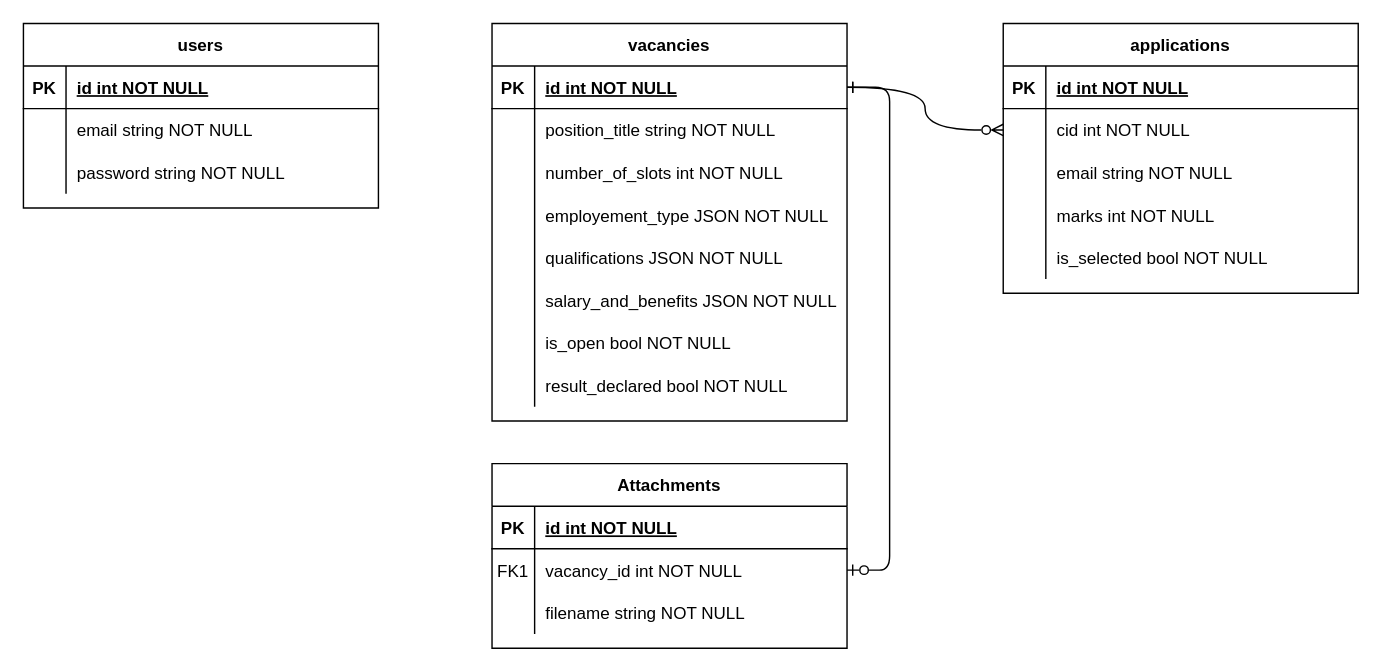
mrraindrop555/aaa keeps this draw.io diagram as bdbl-e-recruitment.drawio. Above is the earlier version. Source tidied: cells renumbered, new cells numbered last; positions are measured from the earlier drawing's top-left corner, leaving out a move shared by most shapes. Both pictures are drawn from the tidied source at 142%, with x=0, y=0 at pixel (23, 23).
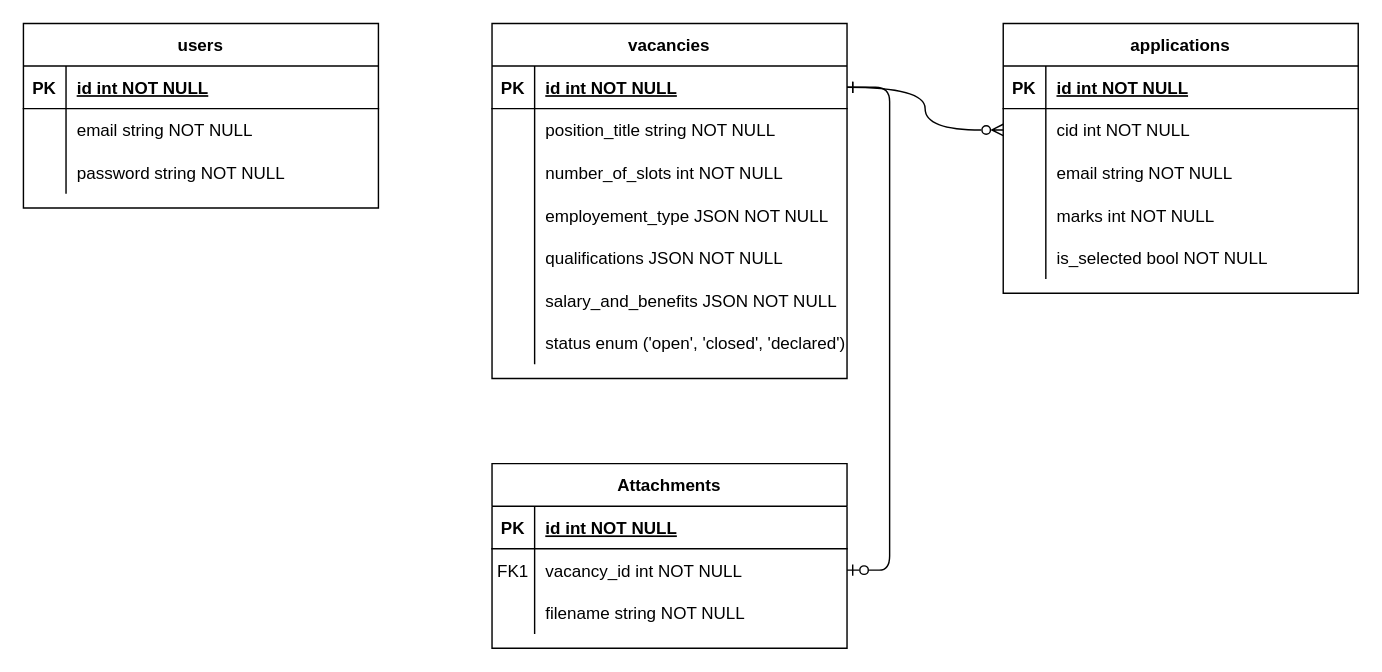
After the change.

Unchanged cells that the change refers to:
```xml
<mxCell id="22" style="shape=partialRectangle;fillColor=none;top=0;left=0;right=0;bottom=0;" parent="3" vertex="1">
  <mxGeometry y="210" width="250" height="30" as="geometry" />
</mxCell>
```

The edit, as a diff of the source:
```diff
@@
     <mxCell id="3" value="vacancies" style="shape=table;startSize=30;childLayout=tableLayout;rowLines=0;fontStyle=1;align=center;" parent="1" vertex="1">
-      <mxGeometry x="330" width="250" height="280" as="geometry" />
+      <mxGeometry x="330" width="250" height="250" as="geometry" />
     </mxCell>
@@
-    <mxCell id="24" value="is_open bool NOT NULL" style="shape=partialRectangle;overflow=hidden;fillColor=none;top=0;left=0;bottom=0;right=0;align=left;spacingLeft=6;" parent="22" vertex="1">
+    <mxCell id="24" value="status enum ('open', 'closed', 'declared')" style="shape=partialRectangle;overflow=hidden;fillColor=none;top=0;left=0;bottom=0;right=0;align=left;spacingLeft=6;" parent="22" vertex="1">
       <mxGeometry x="30" width="220" height="30" as="geometry" />
     </mxCell>
-    <mxCell id="25" style="shape=partialRectangle;fillColor=none;top=0;left=0;right=0;bottom=0;" parent="3" vertex="1">
-      <mxGeometry y="240" width="250" height="30" as="geometry" />
-    </mxCell>
-    <mxCell id="26" style="shape=partialRectangle;overflow=hidden;fillColor=none;top=0;left=0;bottom=0;right=0;" parent="25" vertex="1">
-      <mxGeometry width="30" height="30" as="geometry" />
-    </mxCell>
-    <mxCell id="27" value="result_declared bool NOT NULL" style="shape=partialRectangle;overflow=hidden;fillColor=none;top=0;left=0;bottom=0;right=0;align=left;spacingLeft=6;" parent="25" vertex="1">
-      <mxGeometry x="30" width="220" height="30" as="geometry" />
-    </mxCell>
```
